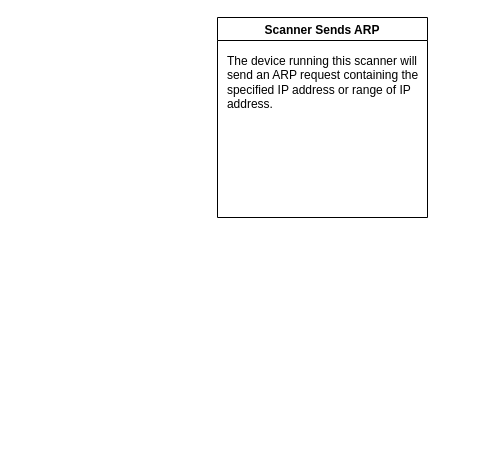
Before: Untitled Diagram.drawio in 0xM1cx/Projects, a draw.io diagram. Source tidied: cells renumbered, new cells numbered last; positions are measured from the earlier drawing's top-left corner, leaving out a move shared by most shapes. Both pictures are drawn from the tidied source at 100%, with x=0, y=0 at pixel (217, 17).
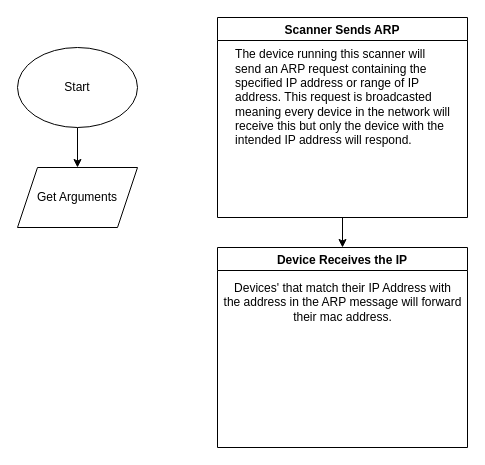
The same page after the edit.

Diff of the diagram source:
```diff
@@
 <mxGraphModel>
   <root>
     <mxCell id="0" />
     <mxCell id="1" parent="0" />
+    <mxCell id="4" style="edgeStyle=orthogonalEdgeStyle;rounded=0;jettySize=auto;html=1;entryX=0.5;entryY=0;entryDx=0;entryDy=0;" parent="1" edge="1" source="2" target="7">
+      <mxGeometry relative="1" as="geometry" />
+    </mxCell>
     <mxCell id="2" value="Scanner Sends ARP" style="swimlane;" parent="1" vertex="1">
-      <mxGeometry width="210" height="200" as="geometry" />
+      <mxGeometry width="250" height="200" as="geometry" />
     </mxCell>
-    <mxCell id="3" value="&lt;div align=&quot;justify&quot;&gt;The device running this scanner will &lt;br&gt;&lt;/div&gt;&lt;div align=&quot;justify&quot;&gt;send an ARP request containing the &lt;br&gt;&lt;/div&gt;&lt;div align=&quot;justify&quot;&gt;specified IP address or range of IP&lt;/div&gt;&lt;div align=&quot;justify&quot;&gt;address.&lt;br&gt;&lt;/div&gt;" style="text;html=1;align=center;verticalAlign=middle;strokeColor=none;fillColor=none;" parent="2" vertex="1">
-      <mxGeometry y="35" width="210" height="60" as="geometry" />
+    <mxCell id="3" value="&lt;div align=&quot;justify&quot;&gt;The device running this scanner will &lt;br&gt;&lt;/div&gt;&lt;div align=&quot;justify&quot;&gt;send an ARP request containing the &lt;br&gt;&lt;/div&gt;&lt;div align=&quot;justify&quot;&gt;specified IP address or range of IP&lt;/div&gt;&lt;div align=&quot;justify&quot;&gt;address. This request is broadcasted &lt;br&gt;&lt;/div&gt;&lt;div align=&quot;justify&quot;&gt;meaning every device in the network will &lt;br&gt;receive this but only the device with the &lt;br&gt;&lt;/div&gt;&lt;div align=&quot;justify&quot;&gt;intended IP address will respond.&lt;/div&gt;" style="text;html=1;align=center;verticalAlign=middle;strokeColor=none;fillColor=none;" parent="2" vertex="1">
+      <mxGeometry x="10" y="30" width="230" height="100" as="geometry" />
     </mxCell>
+    <mxCell id="5" style="edgeStyle=orthogonalEdgeStyle;rounded=0;jettySize=auto;html=1;" parent="1" edge="1" source="6" target="9">
+      <mxGeometry relative="1" as="geometry" />
+    </mxCell>
+    <mxCell id="6" value="Start" style="ellipse;whiteSpace=wrap;html=1;" parent="1" vertex="1">
+      <mxGeometry x="-200" y="30" width="120" height="80" as="geometry" />
+    </mxCell>
+    <mxCell id="7" value="Device Receives the IP" style="swimlane;" parent="1" vertex="1">
+      <mxGeometry y="230" width="250" height="200" as="geometry" />
+    </mxCell>
+    <mxCell id="8" value="&lt;div&gt;Devices' that match their IP Address with &lt;br&gt;&lt;/div&gt;&lt;div&gt;the address in the ARP message will forward&lt;/div&gt;&lt;div&gt;their mac address.&lt;br&gt;&lt;/div&gt;" style="text;html=1;align=center;verticalAlign=middle;strokeColor=none;fillColor=none;" parent="7" vertex="1">
+      <mxGeometry y="30" width="250" height="50" as="geometry" />
+    </mxCell>
+    <mxCell id="9" value="Get Arguments" style="shape=parallelogram;perimeter=parallelogramPerimeter;whiteSpace=wrap;html=1;fixedSize=1;" parent="1" vertex="1">
+      <mxGeometry x="-200" y="150" width="120" height="60" as="geometry" />
+    </mxCell>
   </root>
 </mxGraphModel>
```
